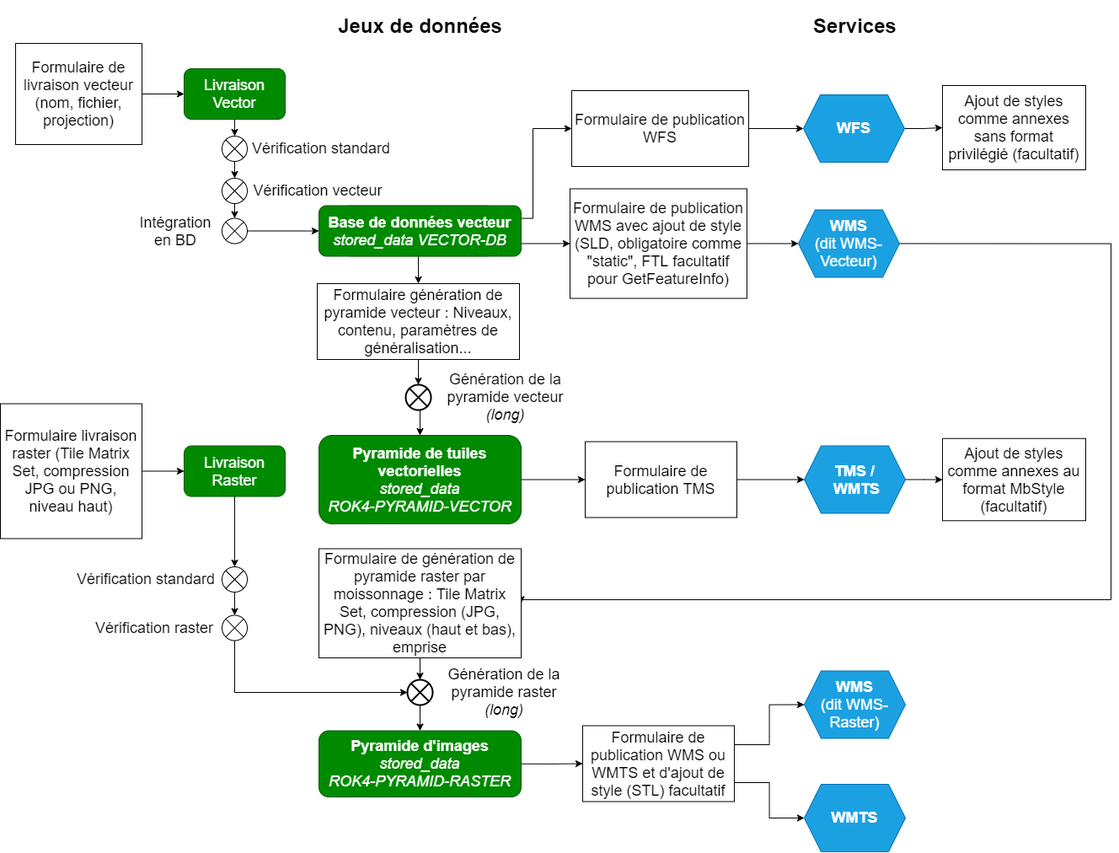
Before: docs/developer/schema-diffusion-tous-types.drawio.png, a diagram exported from draw.io (IGNF/cartes.gouv.fr). Source tidied: cells renumbered, new cells last; positions are measured from the earlier drawing's top-left corner, leaving out a move shared by most shapes.
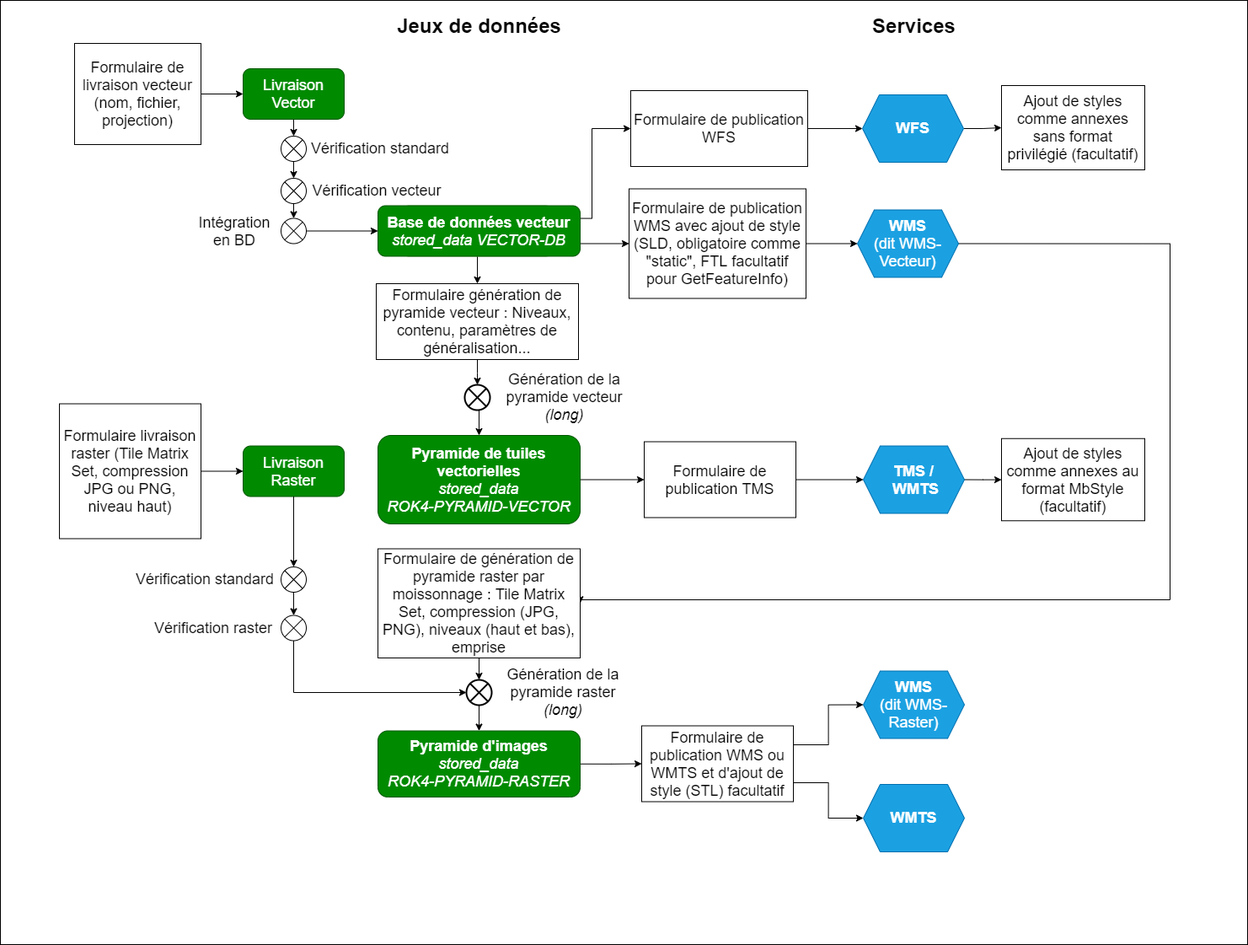
After the change.

Change to the diagram source:
```diff
@@ -2,6 +2,9 @@
   <root>
     <mxCell id="0" />
     <mxCell id="1" parent="0" />
+    <mxCell id="65" style="rounded=0;whiteSpace=wrap;html=1;" parent="1" vertex="1">
+      <mxGeometry x="-70" width="1480" height="1120" as="geometry" />
+    </mxCell>
     <mxCell id="2" value="&lt;font style=&quot;font-size: 18px&quot;&gt;Livraison&lt;br&gt;Raster&lt;/font&gt;" style="rounded=1;whiteSpace=wrap;html=1;fillColor=#008a00;strokeColor=#005700;fontColor=#ffffff;" parent="1" vertex="1">
       <mxGeometry x="218" y="528.5" width="120" height="60" as="geometry" />
     </mxCell>
```
